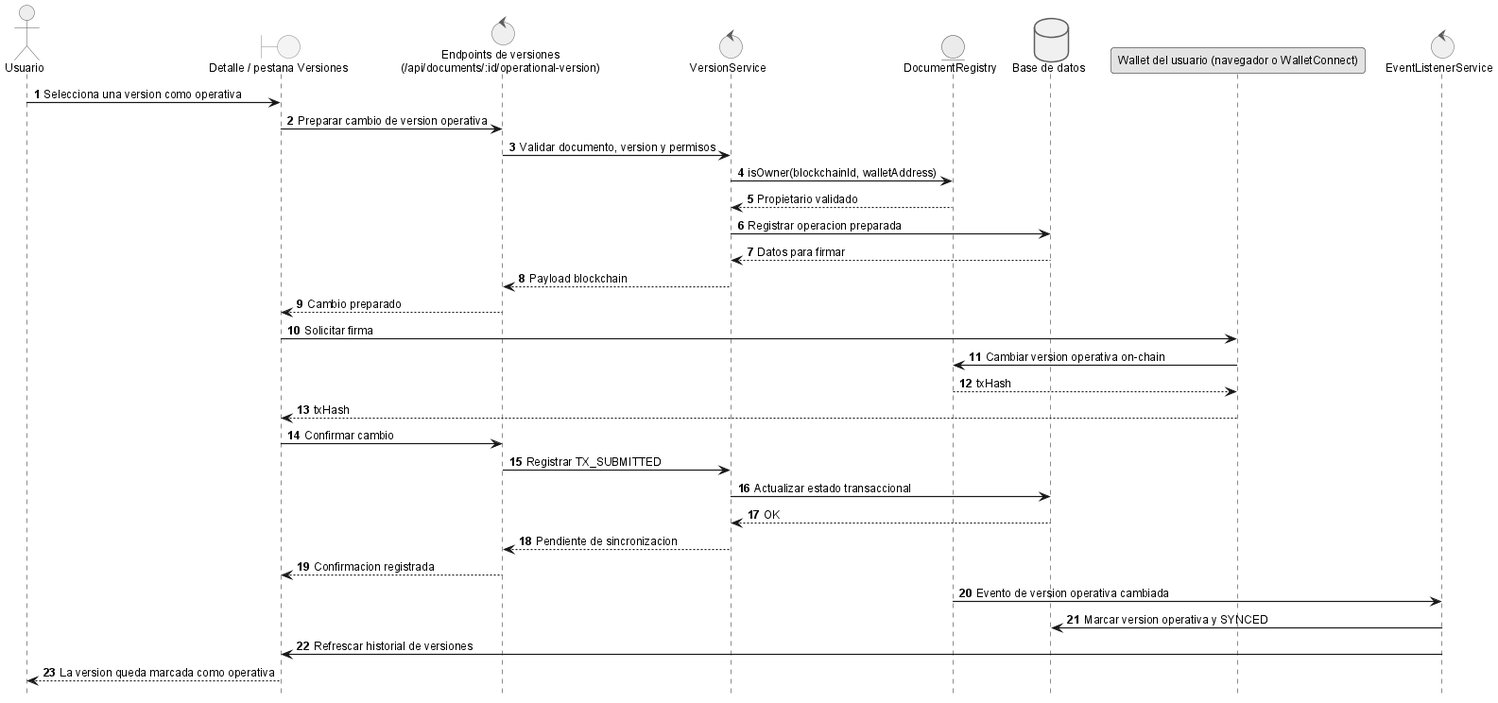
This is anexos/diagramas/seq-activate-version.png from ErDeivih/DocumentChain, a PlantUML export, as it was before one commit.
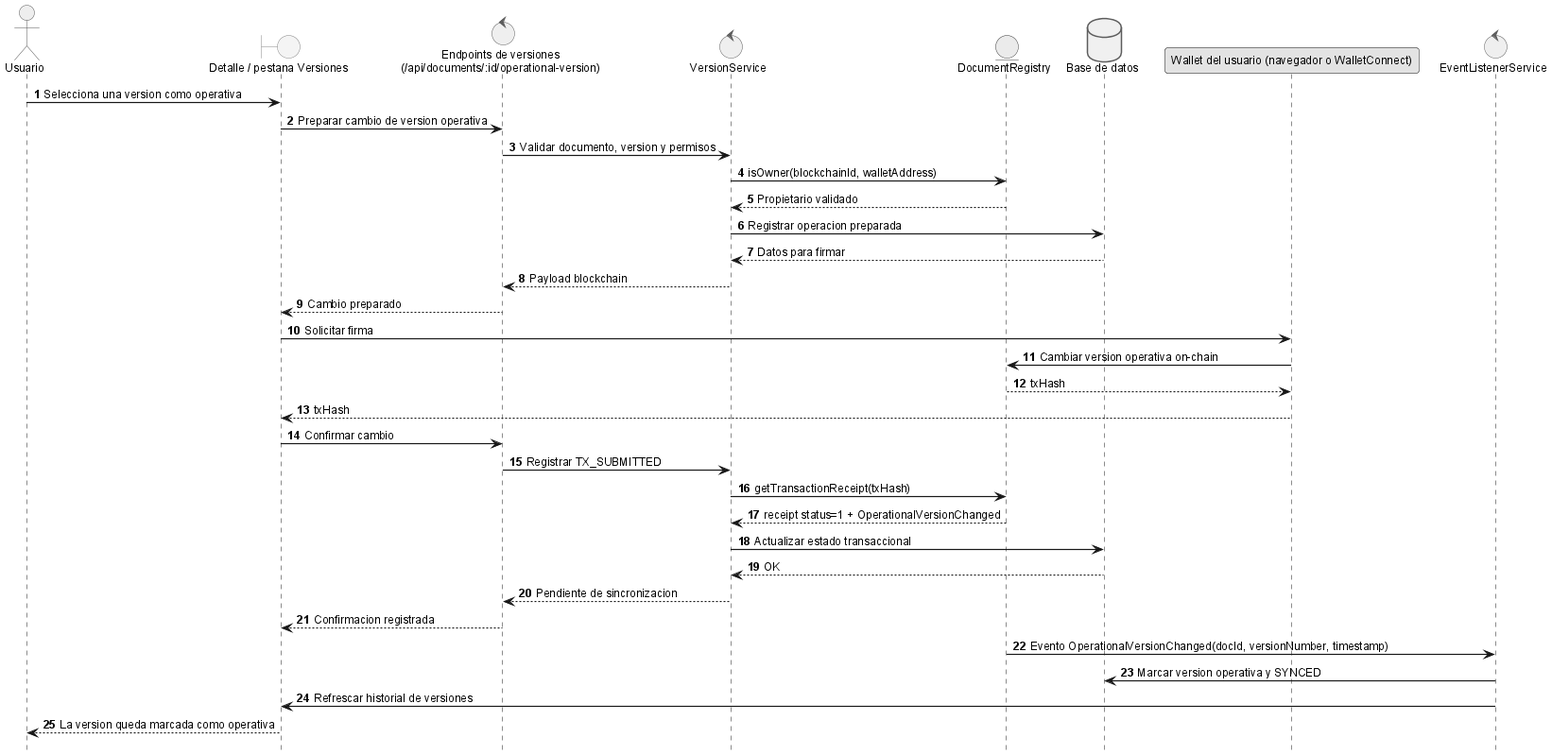
The same file after the commit.

What changed in the source:
```diff
@@ -26,12 +26,14 @@
 
 ui -> versionApi: Confirmar cambio
 versionApi -> srv: Registrar TX_SUBMITTED
+srv -> sc: getTransactionReceipt(txHash)
+sc --> srv: receipt status=1 + OperationalVersionChanged
 srv -> db: Actualizar estado transaccional
 db --> srv: OK
 srv --> versionApi: Pendiente de sincronizacion
 versionApi --> ui: Confirmacion registrada
 
-sc -> listener: Evento de version operativa cambiada
+sc -> listener: Evento OperationalVersionChanged(docId, versionNumber, timestamp)
 listener -> db: Marcar version operativa y SYNCED
 listener -> ui: Refrescar historial de versiones
 ui --> user: La version queda marcada como operativa
```
